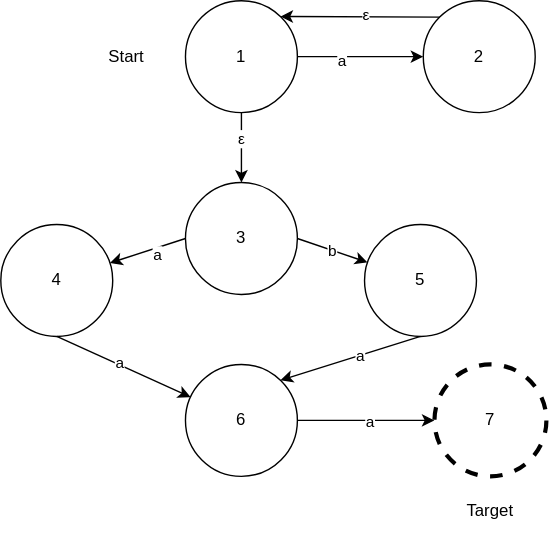
Before: NFA.svg, a diagram exported from draw.io (Spobendonis/handin2-pad). Source tidied: cells renumbered, new cells last; positions are measured from the earlier drawing's top-left corner, leaving out a move shared by most shapes.
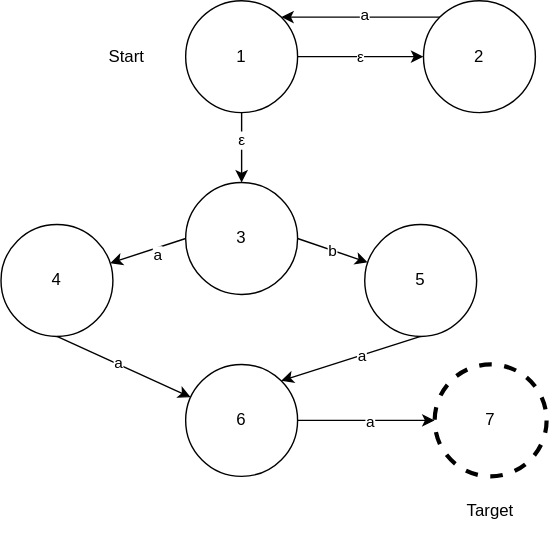
Above is the later version.

Diff of the diagram source:
```diff
@@ -16,20 +16,19 @@
     <mxCell id="5" value="Start" style="text;html=1;strokeColor=none;fillColor=none;align=center;verticalAlign=middle;whiteSpace=wrap;rounded=0;" parent="1" vertex="1">
       <mxGeometry x="60" y="25" width="60" height="30" as="geometry" />
     </mxCell>
-    <mxCell id="6" style="endArrow=classic;html=1;rounded=0;exitX=1;exitY=0.5;exitDx=0;exitDy=0;" parent="1" edge="1" source="4" target="8">
+    <mxCell id="6" value="&lt;span style=&quot;color: rgb(0, 0, 0); font-family: Helvetica; font-size: 11px; font-style: normal; font-variant-ligatures: normal; font-variant-caps: normal; font-weight: 400; letter-spacing: normal; orphans: 2; text-align: center; text-indent: 0px; text-transform: none; widows: 2; word-spacing: 0px; -webkit-text-stroke-width: 0px; background-color: rgb(255, 255, 255); text-decoration-thickness: initial; text-decoration-style: initial; text-decoration-color: initial; float: none; display: inline !important;&quot;&gt;ε&lt;/span&gt;" style="endArrow=classic;html=1;rounded=0;exitX=1;exitY=0.5;exitDx=0;exitDy=0;" parent="1" edge="1" source="4" target="8">
       <mxGeometry relative="1" as="geometry" />
     </mxCell>
-    <mxCell id="7" value="a" style="edgeLabel;html=1;align=center;verticalAlign=middle;" parent="6" vertex="1">
-      <mxGeometry x="-0.32" y="-2" relative="1" as="geometry" />
-    </mxCell>
     <mxCell id="8" value="2" style="ellipse;whiteSpace=wrap;html=1;" parent="1" vertex="1">
       <mxGeometry x="302" width="80" height="80" as="geometry" />
     </mxCell>
     <mxCell id="9" style="endArrow=classic;html=1;rounded=0;exitX=0;exitY=0;exitDx=0;exitDy=0;entryX=1;entryY=0;entryDx=0;entryDy=0;" parent="1" edge="1" source="8" target="4">
       <mxGeometry relative="1" as="geometry" />
     </mxCell>
-    <mxCell id="10" value="ε" style="edgeLabel;html=1;align=center;verticalAlign=middle;" parent="9" vertex="1">
-      <mxGeometry x="-0.06" y="-2" relative="1" as="geometry" />
+    <mxCell id="10" value="a" style="edgeLabel;html=1;align=center;verticalAlign=middle;" parent="9" vertex="1">
+      <mxGeometry x="-0.06" y="-2" relative="1" as="geometry">
+        <mxPoint x="-1" as="offset" />
+      </mxGeometry>
     </mxCell>
     <mxCell id="11" style="endArrow=classic;html=1;rounded=0;exitX=1;exitY=0.5;exitDx=0;exitDy=0;" parent="1" edge="1" source="24" target="14">
       <mxGeometry relative="1" as="geometry" />
```
